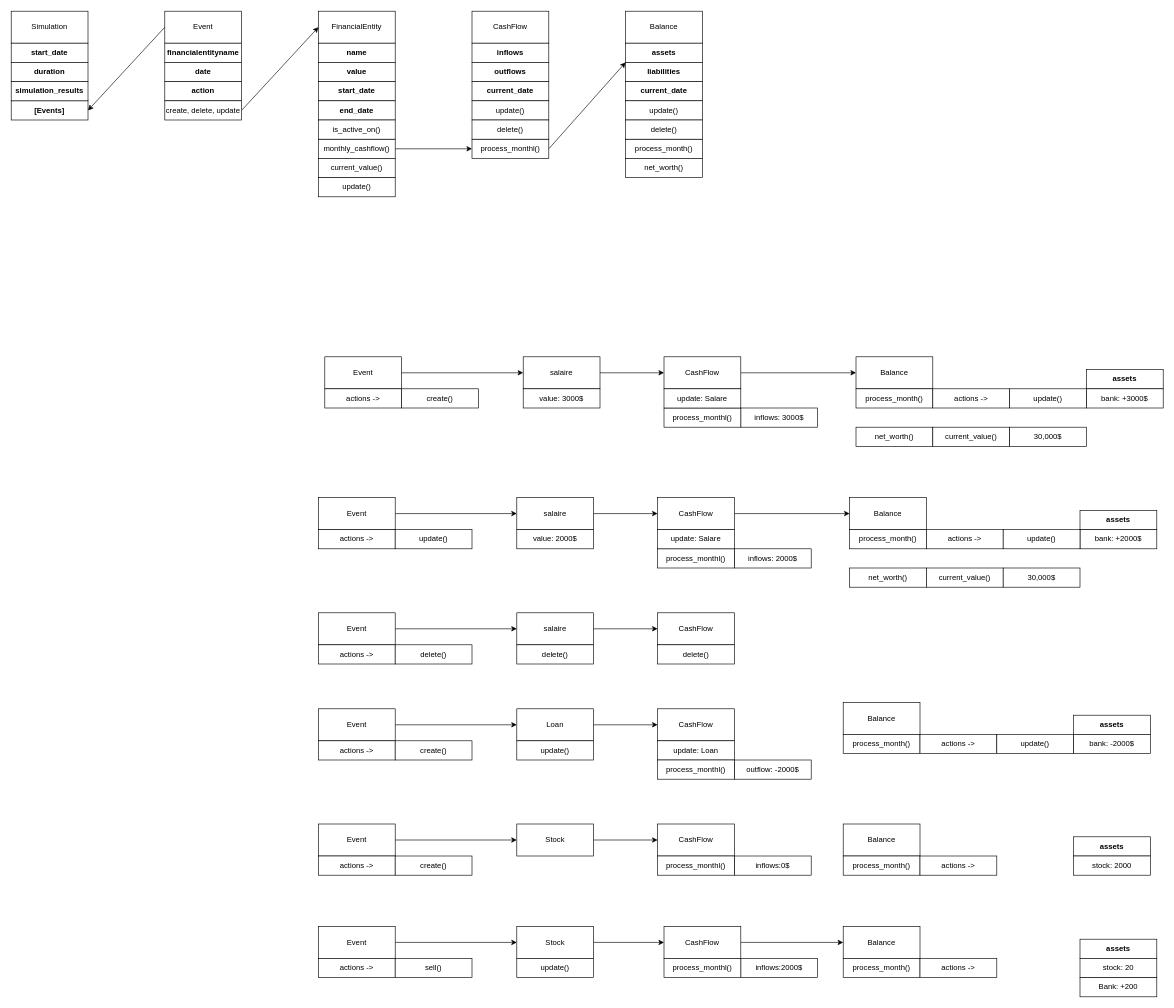
This is documentation/uml.drawio from simonprudhomme/financial-planner, a draw.io file, before an edit. Source tidied: cells renumbered, new cells numbered last; positions are measured from the earlier drawing's top-left corner, leaving out a move shared by most shapes. Both pictures are drawn from the tidied source at 64%, with x=0, y=0 at pixel (11, 11).
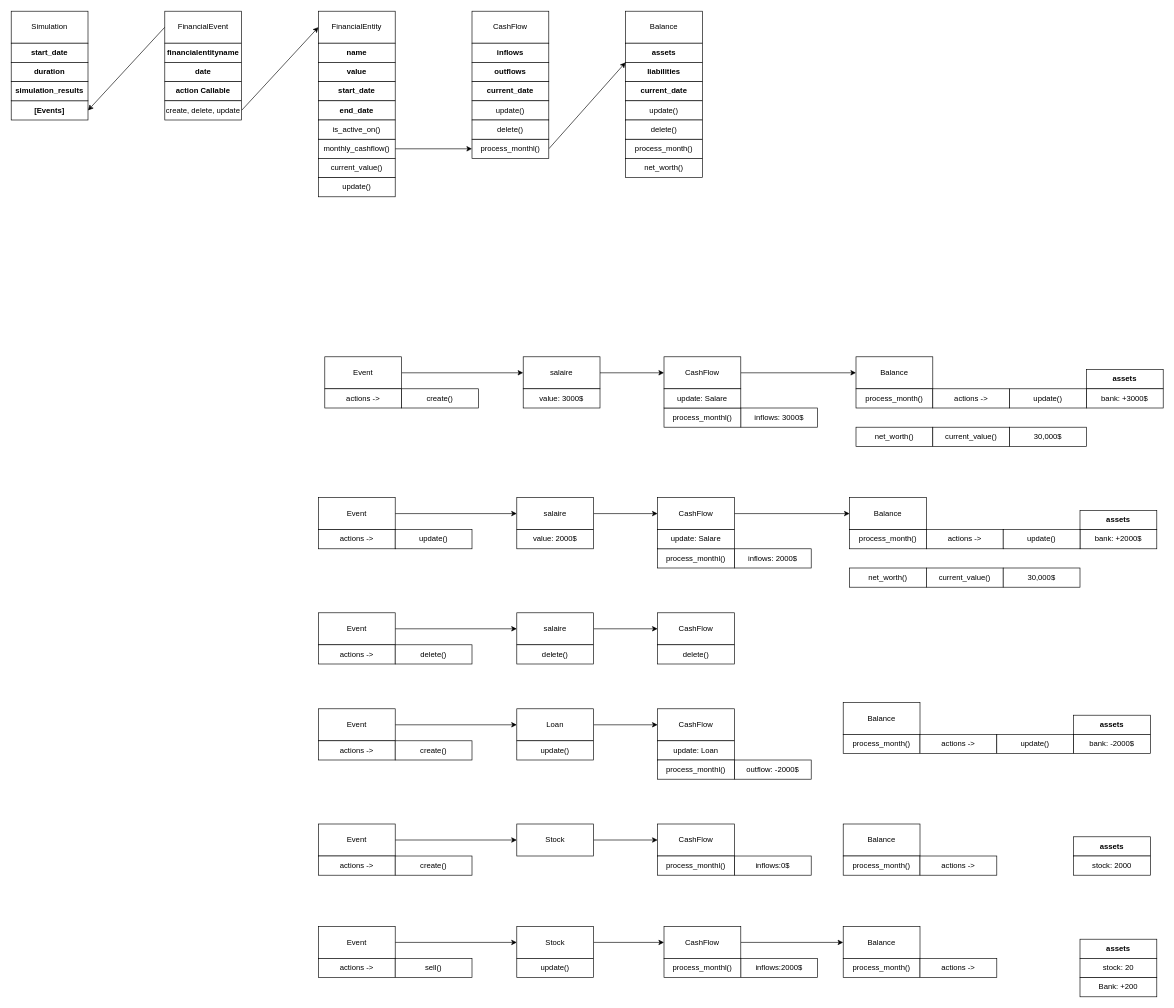
The same page after the edit.

The edit, as a diff of the source:
```diff
@@
-    <mxCell id="28" value="Event" style="rounded=0;whiteSpace=wrap;html=1;" parent="1" vertex="1">
+    <mxCell id="28" value="FinancialEvent" style="rounded=0;whiteSpace=wrap;html=1;" parent="1" vertex="1">
       <mxGeometry x="240" width="120" height="50" as="geometry" />
     </mxCell>
@@
-    <mxCell id="31" value="action" style="rounded=0;whiteSpace=wrap;html=1;fontStyle=1;" parent="1" vertex="1">
+    <mxCell id="31" value="action Callable" style="rounded=0;whiteSpace=wrap;html=1;fontStyle=1;" parent="1" vertex="1">
       <mxGeometry x="240" y="110" width="120" height="30" as="geometry" />
     </mxCell>
```
